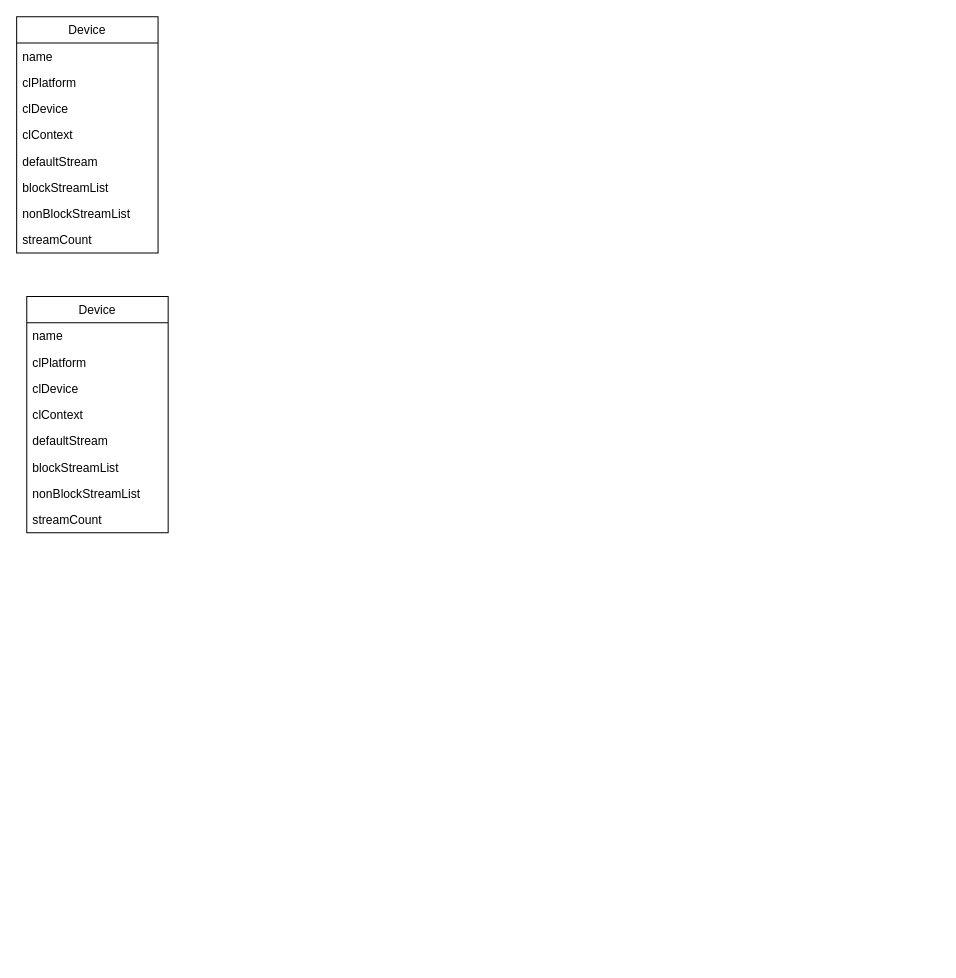
The draw.io diagram streamevent.drawio in sudocloud/draw.io, before the edit. Source tidied: cells renumbered, new cells numbered last; positions are measured from the earlier drawing's top-left corner, leaving out a move shared by most shapes. Both pictures are drawn from the tidied source at 101%, with x=0, y=0 at pixel (16, 16).
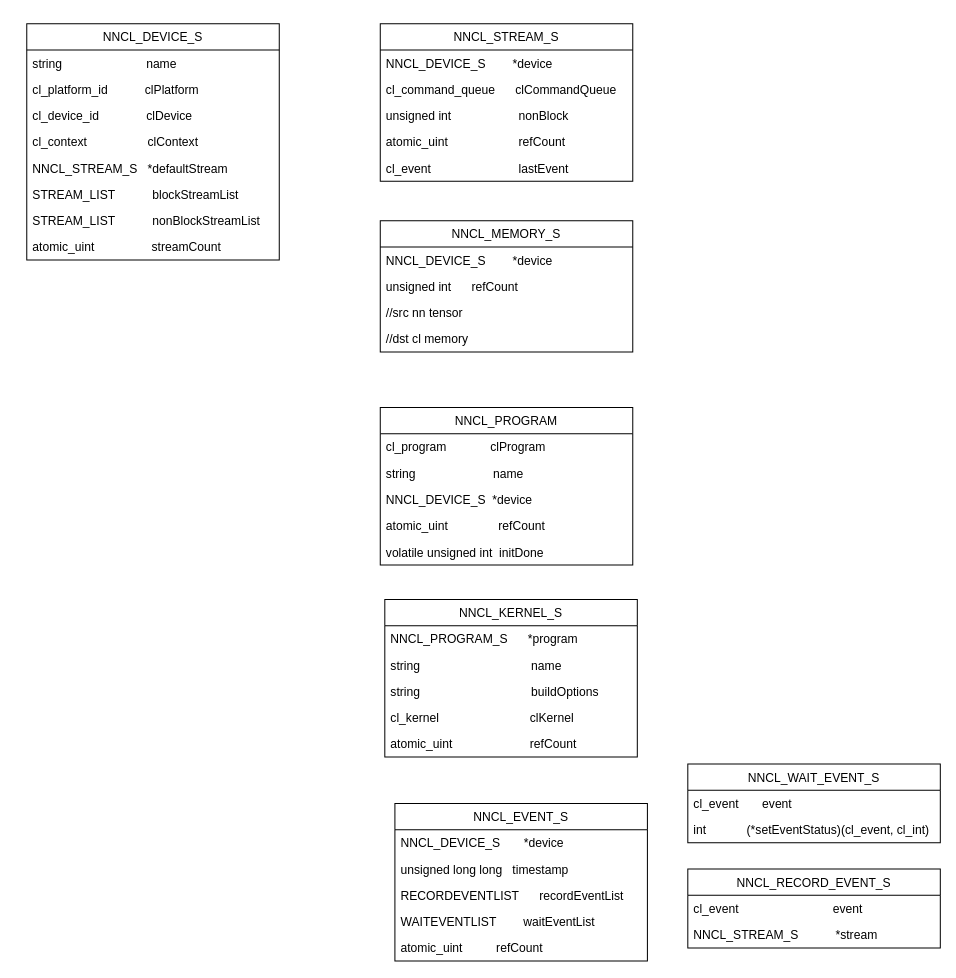
After the change.

What changed in the source:
```diff
@@
-    <mxCell id="2" value="Device" style="swimlane;fontStyle=0;horizontal=1;startSize=26;fillColor=none;" parent="1" vertex="1">
-      <mxGeometry width="140" height="234" as="geometry" />
+    <mxCell id="2" value="NNCL_DEVICE_S" style="swimlane;fontStyle=0;horizontal=1;startSize=26;fillColor=none;" parent="1" vertex="1">
+      <mxGeometry x="10" y="7" width="250" height="234" as="geometry" />
     </mxCell>
-    <mxCell id="3" value="name" style="text;strokeColor=none;fillColor=none;align=left;verticalAlign=top;spacingLeft=4;spacingRight=4;overflow=hidden;" parent="2" vertex="1">
-      <mxGeometry y="26" width="140" height="26" as="geometry" />
+    <mxCell id="3" value="string                         name" style="text;strokeColor=none;fillColor=none;align=left;verticalAlign=top;spacingLeft=4;spacingRight=4;overflow=hidden;" parent="2" vertex="1">
+      <mxGeometry y="26" width="250" height="26" as="geometry" />
     </mxCell>
-    <mxCell id="4" value="clPlatform" style="text;strokeColor=none;fillColor=none;align=left;verticalAlign=top;spacingLeft=4;spacingRight=4;overflow=hidden;" parent="2" vertex="1">
-      <mxGeometry y="52" width="140" height="26" as="geometry" />
+    <mxCell id="4" value="cl_platform_id           clPlatform" style="text;strokeColor=none;fillColor=none;align=left;verticalAlign=top;spacingLeft=4;spacingRight=4;overflow=hidden;" parent="2" vertex="1">
+      <mxGeometry y="52" width="250" height="26" as="geometry" />
     </mxCell>
-    <mxCell id="5" value="clDevice" style="text;strokeColor=none;fillColor=none;align=left;verticalAlign=top;spacingLeft=4;spacingRight=4;overflow=hidden;" parent="2" vertex="1">
-      <mxGeometry y="78" width="140" height="26" as="geometry" />
+    <mxCell id="5" value="cl_device_id              clDevice" style="text;strokeColor=none;fillColor=none;align=left;verticalAlign=top;spacingLeft=4;spacingRight=4;overflow=hidden;" parent="2" vertex="1">
+      <mxGeometry y="78" width="250" height="26" as="geometry" />
     </mxCell>
-    <mxCell id="6" value="clContext" style="text;strokeColor=none;fillColor=none;align=left;verticalAlign=top;spacingLeft=4;spacingRight=4;overflow=hidden;" parent="2" vertex="1">
-      <mxGeometry y="104" width="140" height="26" as="geometry" />
+    <mxCell id="6" value="cl_context                  clContext" style="text;strokeColor=none;fillColor=none;align=left;verticalAlign=top;spacingLeft=4;spacingRight=4;overflow=hidden;" parent="2" vertex="1">
+      <mxGeometry y="104" width="250" height="26" as="geometry" />
     </mxCell>
-    <mxCell id="7" value="defaultStream" style="text;strokeColor=none;fillColor=none;align=left;verticalAlign=top;spacingLeft=4;spacingRight=4;overflow=hidden;" parent="2" vertex="1">
-      <mxGeometry y="130" width="140" height="26" as="geometry" />
+    <mxCell id="7" value="NNCL_STREAM_S   *defaultStream" style="text;strokeColor=none;fillColor=none;align=left;verticalAlign=top;spacingLeft=4;spacingRight=4;overflow=hidden;" parent="2" vertex="1">
+      <mxGeometry y="130" width="250" height="26" as="geometry" />
     </mxCell>
-    <mxCell id="8" value="blockStreamList" style="text;strokeColor=none;fillColor=none;align=left;verticalAlign=top;spacingLeft=4;spacingRight=4;overflow=hidden;" parent="2" vertex="1">
-      <mxGeometry y="156" width="140" height="26" as="geometry" />
+    <mxCell id="8" value="STREAM_LIST           blockStreamList" style="text;strokeColor=none;fillColor=none;align=left;verticalAlign=top;spacingLeft=4;spacingRight=4;overflow=hidden;" parent="2" vertex="1">
+      <mxGeometry y="156" width="250" height="26" as="geometry" />
     </mxCell>
-    <mxCell id="9" value="nonBlockStreamList" style="text;strokeColor=none;fillColor=none;align=left;verticalAlign=top;spacingLeft=4;spacingRight=4;overflow=hidden;" parent="2" vertex="1">
-      <mxGeometry y="182" width="140" height="26" as="geometry" />
+    <mxCell id="9" value="STREAM_LIST           nonBlockStreamList" style="text;strokeColor=none;fillColor=none;align=left;verticalAlign=top;spacingLeft=4;spacingRight=4;overflow=hidden;" parent="2" vertex="1">
+      <mxGeometry y="182" width="250" height="26" as="geometry" />
     </mxCell>
-    <mxCell id="10" value="streamCount" style="text;strokeColor=none;fillColor=none;align=left;verticalAlign=top;spacingLeft=4;spacingRight=4;overflow=hidden;" parent="2" vertex="1">
-      <mxGeometry y="208" width="140" height="26" as="geometry" />
+    <mxCell id="10" value="atomic_uint                 streamCount" style="text;strokeColor=none;fillColor=none;align=left;verticalAlign=top;spacingLeft=4;spacingRight=4;overflow=hidden;" parent="2" vertex="1">
+      <mxGeometry y="208" width="250" height="26" as="geometry" />
     </mxCell>
-    <mxCell id="11" value="Device" style="swimlane;fontStyle=0;horizontal=1;startSize=26;fillColor=none;" parent="1" vertex="1">
-      <mxGeometry x="10" y="277" width="140" height="234" as="geometry" />
+    <mxCell id="11" value="NNCL_STREAM_S" style="swimlane;fontStyle=0;horizontal=1;startSize=26;fillColor=none;" parent="1" vertex="1">
+      <mxGeometry x="360" y="7" width="250" height="156" as="geometry" />
     </mxCell>
-    <mxCell id="12" value="name" style="text;strokeColor=none;fillColor=none;align=left;verticalAlign=top;spacingLeft=4;spacingRight=4;overflow=hidden;" parent="11" vertex="1">
-      <mxGeometry y="26" width="140" height="26" as="geometry" />
+    <mxCell id="12" value="NNCL_DEVICE_S        *device" style="text;strokeColor=none;fillColor=none;align=left;verticalAlign=top;spacingLeft=4;spacingRight=4;overflow=hidden;" parent="11" vertex="1">
+      <mxGeometry y="26" width="250" height="26" as="geometry" />
     </mxCell>
-    <mxCell id="13" value="clPlatform" style="text;strokeColor=none;fillColor=none;align=left;verticalAlign=top;spacingLeft=4;spacingRight=4;overflow=hidden;" parent="11" vertex="1">
-      <mxGeometry y="52" width="140" height="26" as="geometry" />
+    <mxCell id="13" value="cl_command_queue      clCommandQueue" style="text;strokeColor=none;fillColor=none;align=left;verticalAlign=top;spacingLeft=4;spacingRight=4;overflow=hidden;" parent="11" vertex="1">
+      <mxGeometry y="52" width="250" height="26" as="geometry" />
     </mxCell>
+    <mxCell id="20" value="unsigned int                    nonBlock" style="text;strokeColor=none;fillColor=none;align=left;verticalAlign=top;spacingLeft=4;spacingRight=4;overflow=hidden;" parent="11" vertex="1">
+      <mxGeometry y="78" width="250" height="26" as="geometry" />
+    </mxCell>
-    <mxCell id="14" value="clDevice" style="text;strokeColor=none;fillColor=none;align=left;verticalAlign=top;spacingLeft=4;spacingRight=4;overflow=hidden;" parent="11" vertex="1">
-      <mxGeometry y="78" width="140" height="26" as="geometry" />
+    <mxCell id="14" value="atomic_uint                     refCount" style="text;strokeColor=none;fillColor=none;align=left;verticalAlign=top;spacingLeft=4;spacingRight=4;overflow=hidden;" parent="11" vertex="1">
+      <mxGeometry y="104" width="250" height="26" as="geometry" />
     </mxCell>
-    <mxCell id="15" value="clContext" style="text;strokeColor=none;fillColor=none;align=left;verticalAlign=top;spacingLeft=4;spacingRight=4;overflow=hidden;" parent="11" vertex="1">
-      <mxGeometry y="104" width="140" height="26" as="geometry" />
+    <mxCell id="15" value="cl_event                          lastEvent" style="text;strokeColor=none;fillColor=none;align=left;verticalAlign=top;spacingLeft=4;spacingRight=4;overflow=hidden;" parent="11" vertex="1">
+      <mxGeometry y="130" width="250" height="26" as="geometry" />
     </mxCell>
-    <mxCell id="16" value="defaultStream" style="text;strokeColor=none;fillColor=none;align=left;verticalAlign=top;spacingLeft=4;spacingRight=4;overflow=hidden;" parent="11" vertex="1">
-      <mxGeometry y="130" width="140" height="26" as="geometry" />
-    </mxCell>
-    <mxCell id="17" value="blockStreamList" style="text;strokeColor=none;fillColor=none;align=left;verticalAlign=top;spacingLeft=4;spacingRight=4;overflow=hidden;" parent="11" vertex="1">
-      <mxGeometry y="156" width="140" height="26" as="geometry" />
-    </mxCell>
-    <mxCell id="18" value="nonBlockStreamList" style="text;strokeColor=none;fillColor=none;align=left;verticalAlign=top;spacingLeft=4;spacingRight=4;overflow=hidden;" parent="11" vertex="1">
-      <mxGeometry y="182" width="140" height="26" as="geometry" />
-    </mxCell>
-    <mxCell id="19" value="streamCount" style="text;strokeColor=none;fillColor=none;align=left;verticalAlign=top;spacingLeft=4;spacingRight=4;overflow=hidden;" parent="11" vertex="1">
-      <mxGeometry y="208" width="140" height="26" as="geometry" />
-    </mxCell>
+    <mxCell id="21" value="NNCL_MEMORY_S" style="swimlane;fontStyle=0;horizontal=1;startSize=26;fillColor=none;" parent="1" vertex="1">
+      <mxGeometry x="360" y="202" width="250" height="130" as="geometry" />
+    </mxCell>
+    <mxCell id="22" value="NNCL_DEVICE_S        *device" style="text;strokeColor=none;fillColor=none;align=left;verticalAlign=top;spacingLeft=4;spacingRight=4;overflow=hidden;" parent="21" vertex="1">
+      <mxGeometry y="26" width="250" height="26" as="geometry" />
+    </mxCell>
+    <mxCell id="23" value="unsigned int      refCount" style="text;strokeColor=none;fillColor=none;align=left;verticalAlign=top;spacingLeft=4;spacingRight=4;overflow=hidden;" parent="21" vertex="1">
+      <mxGeometry y="52" width="250" height="26" as="geometry" />
+    </mxCell>
+    <mxCell id="24" value="//src nn tensor" style="text;strokeColor=none;fillColor=none;align=left;verticalAlign=top;spacingLeft=4;spacingRight=4;overflow=hidden;" parent="21" vertex="1">
+      <mxGeometry y="78" width="250" height="26" as="geometry" />
+    </mxCell>
+    <mxCell id="25" value="//dst cl memory" style="text;strokeColor=none;fillColor=none;align=left;verticalAlign=top;spacingLeft=4;spacingRight=4;overflow=hidden;" parent="21" vertex="1">
+      <mxGeometry y="104" width="250" height="26" as="geometry" />
+    </mxCell>
+    <mxCell id="26" value="NNCL_PROGRAM" style="swimlane;fontStyle=0;horizontal=1;startSize=26;fillColor=none;" parent="1" vertex="1">
+      <mxGeometry x="360" y="387" width="250" height="156" as="geometry" />
+    </mxCell>
+    <mxCell id="27" value="cl_program             clProgram" style="text;strokeColor=none;fillColor=none;align=left;verticalAlign=top;spacingLeft=4;spacingRight=4;overflow=hidden;" parent="26" vertex="1">
+      <mxGeometry y="26" width="250" height="26" as="geometry" />
+    </mxCell>
+    <mxCell id="28" value="string                       name" style="text;strokeColor=none;fillColor=none;align=left;verticalAlign=top;spacingLeft=4;spacingRight=4;overflow=hidden;" parent="26" vertex="1">
+      <mxGeometry y="52" width="250" height="26" as="geometry" />
+    </mxCell>
+    <mxCell id="29" value="NNCL_DEVICE_S  *device" style="text;strokeColor=none;fillColor=none;align=left;verticalAlign=top;spacingLeft=4;spacingRight=4;overflow=hidden;" parent="26" vertex="1">
+      <mxGeometry y="78" width="250" height="26" as="geometry" />
+    </mxCell>
+    <mxCell id="30" value="atomic_uint               refCount" style="text;strokeColor=none;fillColor=none;align=left;verticalAlign=top;spacingLeft=4;spacingRight=4;overflow=hidden;" parent="26" vertex="1">
+      <mxGeometry y="104" width="250" height="26" as="geometry" />
+    </mxCell>
+    <mxCell id="31" value="volatile unsigned int  initDone" style="text;strokeColor=none;fillColor=none;align=left;verticalAlign=top;spacingLeft=4;spacingRight=4;overflow=hidden;" parent="26" vertex="1">
+      <mxGeometry y="130" width="250" height="26" as="geometry" />
+    </mxCell>
+    <mxCell id="32" value="NNCL_KERNEL_S" style="swimlane;fontStyle=0;horizontal=1;startSize=26;fillColor=none;" parent="1" vertex="1">
+      <mxGeometry x="364.5" y="577" width="250" height="156" as="geometry" />
+    </mxCell>
+    <mxCell id="33" value="NNCL_PROGRAM_S      *program" style="text;strokeColor=none;fillColor=none;align=left;verticalAlign=top;spacingLeft=4;spacingRight=4;overflow=hidden;" parent="32" vertex="1">
+      <mxGeometry y="26" width="250" height="26" as="geometry" />
+    </mxCell>
+    <mxCell id="34" value="string                                 name" style="text;strokeColor=none;fillColor=none;align=left;verticalAlign=top;spacingLeft=4;spacingRight=4;overflow=hidden;" parent="32" vertex="1">
+      <mxGeometry y="52" width="250" height="26" as="geometry" />
+    </mxCell>
+    <mxCell id="35" value="string                                 buildOptions" style="text;strokeColor=none;fillColor=none;align=left;verticalAlign=top;spacingLeft=4;spacingRight=4;overflow=hidden;" parent="32" vertex="1">
+      <mxGeometry y="78" width="250" height="26" as="geometry" />
+    </mxCell>
+    <mxCell id="36" value="cl_kernel                           clKernel" style="text;strokeColor=none;fillColor=none;align=left;verticalAlign=top;spacingLeft=4;spacingRight=4;overflow=hidden;" parent="32" vertex="1">
+      <mxGeometry y="104" width="250" height="26" as="geometry" />
+    </mxCell>
+    <mxCell id="37" value="atomic_uint                       refCount" style="text;strokeColor=none;fillColor=none;align=left;verticalAlign=top;spacingLeft=4;spacingRight=4;overflow=hidden;" parent="32" vertex="1">
+      <mxGeometry y="130" width="250" height="26" as="geometry" />
+    </mxCell>
+    <mxCell id="38" value="NNCL_WAIT_EVENT_S" style="swimlane;fontStyle=0;horizontal=1;startSize=26;fillColor=none;" parent="1" vertex="1">
+      <mxGeometry x="664.5" y="740" width="250" height="78" as="geometry" />
+    </mxCell>
+    <mxCell id="39" value="cl_event       event" style="text;strokeColor=none;fillColor=none;align=left;verticalAlign=top;spacingLeft=4;spacingRight=4;overflow=hidden;" parent="38" vertex="1">
+      <mxGeometry y="26" width="250" height="26" as="geometry" />
+    </mxCell>
+    <mxCell id="40" value="int            (*setEventStatus)(cl_event, cl_int)" style="text;strokeColor=none;fillColor=none;align=left;verticalAlign=top;spacingLeft=4;spacingRight=4;overflow=hidden;" parent="38" vertex="1">
+      <mxGeometry y="52" width="250" height="26" as="geometry" />
+    </mxCell>
+    <mxCell id="41" value="NNCL_RECORD_EVENT_S" style="swimlane;fontStyle=0;horizontal=1;startSize=26;fillColor=none;" parent="1" vertex="1">
+      <mxGeometry x="664.5" y="844" width="250" height="78" as="geometry" />
+    </mxCell>
+    <mxCell id="42" value="cl_event                            event" style="text;strokeColor=none;fillColor=none;align=left;verticalAlign=top;spacingLeft=4;spacingRight=4;overflow=hidden;" parent="41" vertex="1">
+      <mxGeometry y="26" width="250" height="26" as="geometry" />
+    </mxCell>
+    <mxCell id="43" value="NNCL_STREAM_S           *stream" style="text;strokeColor=none;fillColor=none;align=left;verticalAlign=top;spacingLeft=4;spacingRight=4;overflow=hidden;" parent="41" vertex="1">
+      <mxGeometry y="52" width="250" height="26" as="geometry" />
+    </mxCell>
+    <mxCell id="44" value="NNCL_EVENT_S" style="swimlane;fontStyle=0;horizontal=1;startSize=26;fillColor=none;" parent="1" vertex="1">
+      <mxGeometry x="374.5" y="779" width="250" height="156" as="geometry" />
+    </mxCell>
+    <mxCell id="45" value="NNCL_DEVICE_S       *device" style="text;strokeColor=none;fillColor=none;align=left;verticalAlign=top;spacingLeft=4;spacingRight=4;overflow=hidden;" parent="44" vertex="1">
+      <mxGeometry y="26" width="250" height="26" as="geometry" />
+    </mxCell>
+    <mxCell id="46" value="unsigned long long   timestamp" style="text;strokeColor=none;fillColor=none;align=left;verticalAlign=top;spacingLeft=4;spacingRight=4;overflow=hidden;" parent="44" vertex="1">
+      <mxGeometry y="52" width="250" height="26" as="geometry" />
+    </mxCell>
+    <mxCell id="47" value="RECORDEVENTLIST      recordEventList" style="text;strokeColor=none;fillColor=none;align=left;verticalAlign=top;spacingLeft=4;spacingRight=4;overflow=hidden;" parent="44" vertex="1">
+      <mxGeometry y="78" width="250" height="26" as="geometry" />
+    </mxCell>
+    <mxCell id="48" value="WAITEVENTLIST        waitEventList" style="text;strokeColor=none;fillColor=none;align=left;verticalAlign=top;spacingLeft=4;spacingRight=4;overflow=hidden;" parent="44" vertex="1">
+      <mxGeometry y="104" width="250" height="26" as="geometry" />
+    </mxCell>
+    <mxCell id="49" value="atomic_uint          refCount" style="text;strokeColor=none;fillColor=none;align=left;verticalAlign=top;spacingLeft=4;spacingRight=4;overflow=hidden;" parent="44" vertex="1">
+      <mxGeometry y="130" width="250" height="26" as="geometry" />
+    </mxCell>
```
